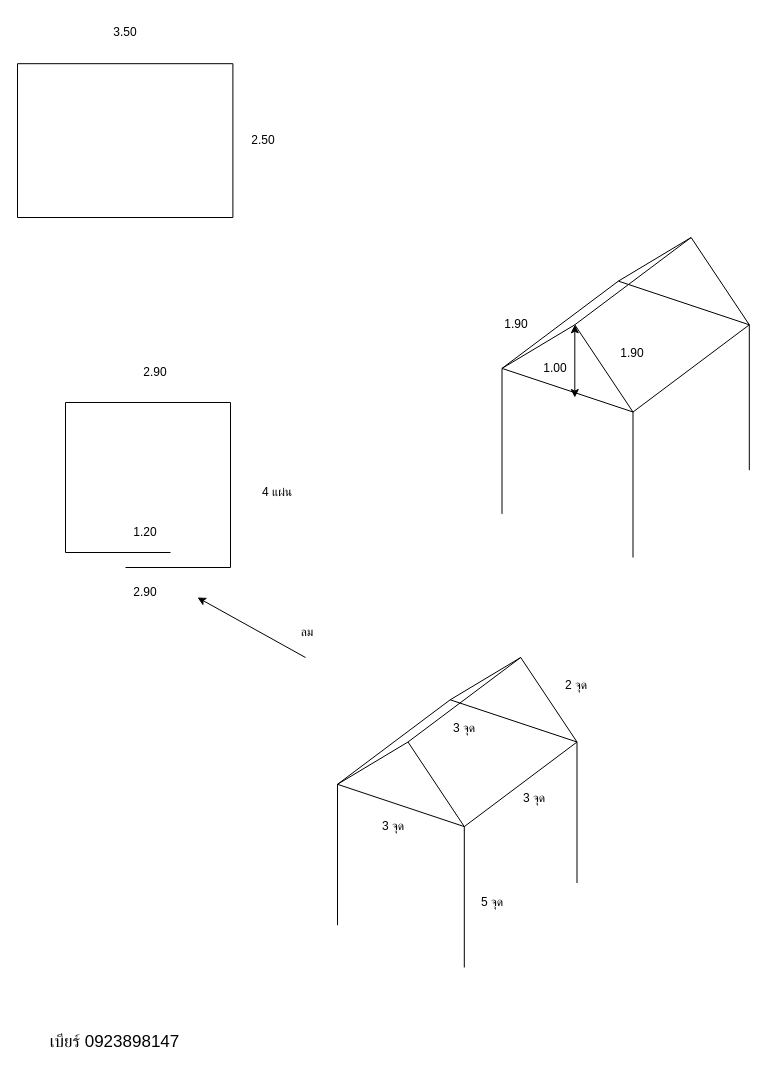
Above: tent.drawio in awtbet/mock (draw.io), before the change. Source tidied: cells renumbered, new cells numbered last; positions are measured from the earlier drawing's top-left corner, leaving out a move shared by most shapes. Both pictures are drawn from the tidied source at 100%, with x=0, y=0 at pixel (17, 17).
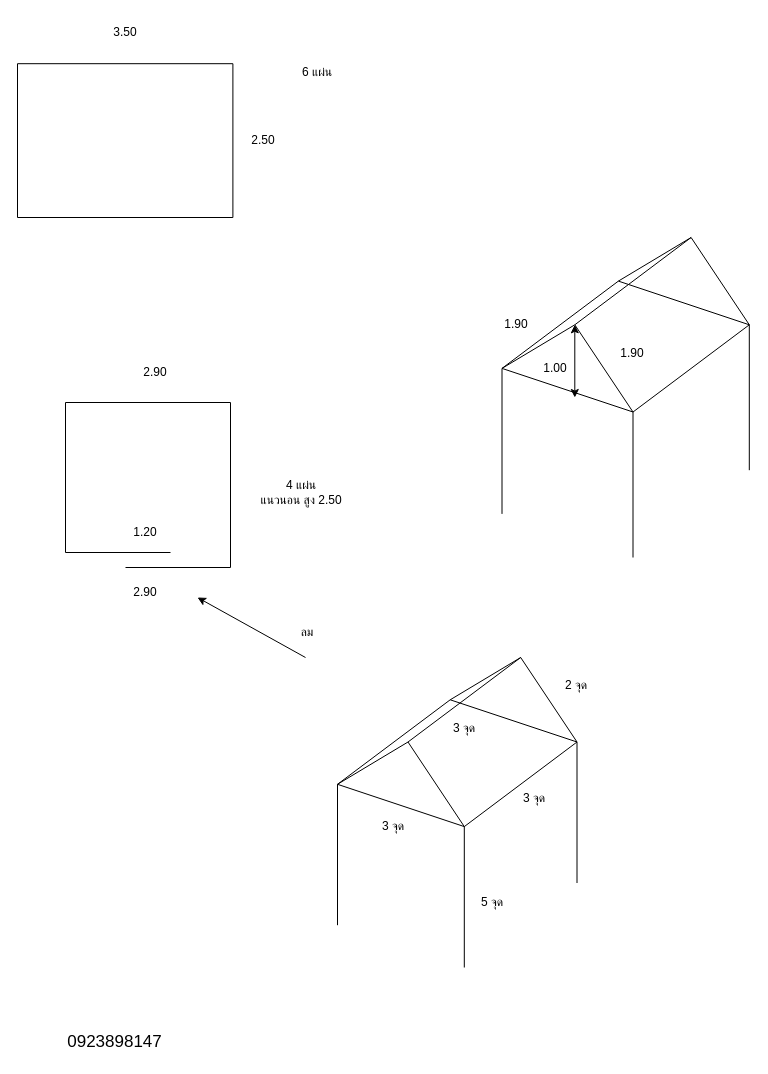
The same diagram, later.

The change refers to these unchanged cells:
```xml
<mxCell id="45" style="group;" parent="1" vertex="1">
  <mxGeometry x="48" y="340" width="300" height="300" as="geometry" />
</mxCell>
```

Diff of the diagram source:
```diff
@@
-    <mxCell id="2" value="เบียร์ 0923898147" style="text;html=1;strokeColor=none;fillColor=none;align=center;verticalAlign=middle;whiteSpace=wrap;rounded=0;fontSize=17;" parent="1" vertex="1">
+    <mxCell id="2" value="0923898147" style="text;html=1;strokeColor=none;fillColor=none;align=center;verticalAlign=middle;whiteSpace=wrap;rounded=0;fontSize=17;spacing=2;" parent="1" vertex="1">
       <mxGeometry y="1010" width="195" height="30" as="geometry" />
     </mxCell>
@@
-    <mxCell id="53" value="4 แผ่น" style="text;html=1;strokeColor=none;fillColor=none;align=center;verticalAlign=middle;whiteSpace=wrap;rounded=0;" parent="45" vertex="1">
-      <mxGeometry x="182" y="120" width="60" height="30" as="geometry" />
+    <mxCell id="53" value="4 แผ่น &lt;br&gt;แนวนอน สูง 2.50" style="text;html=1;strokeColor=none;fillColor=none;align=center;verticalAlign=middle;whiteSpace=wrap;rounded=0;" parent="45" vertex="1">
+      <mxGeometry x="182" y="120" width="108" height="30" as="geometry" />
     </mxCell>
@@
+    <mxCell id="57" value="6 แผ่น" style="text;html=1;strokeColor=none;fillColor=none;align=center;verticalAlign=middle;whiteSpace=wrap;rounded=0;" parent="1" vertex="1">
+      <mxGeometry x="270" y="40" width="60" height="30" as="geometry" />
+    </mxCell>
```
